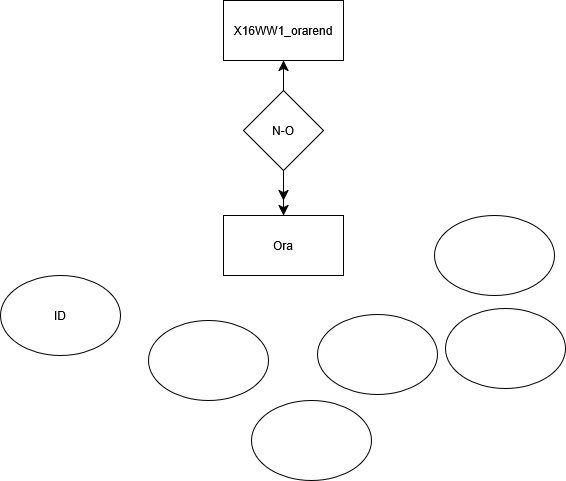
This is X16WW1_05_03/X16WW1_AR.png from TakacsAdamUNITHE/X16WW1WebXML, a draw.io export, as it was before one commit. Source tidied: cells renumbered, new cells last; positions are measured from the earlier drawing's top-left corner, leaving out a move shared by most shapes. The source it was exported from:
```xml
<mxGraphModel>
  <root>
    <mxCell id="0" />
    <mxCell id="1" parent="0" />
    <mxCell id="2" value="X16WW1_orarend" style="rounded=0;whiteSpace=wrap;html=1;" parent="1" vertex="1">
      <mxGeometry x="223" width="120" height="60" as="geometry" />
    </mxCell>
    <mxCell id="3" value="&lt;div&gt;Ora&lt;/div&gt;" style="rounded=0;whiteSpace=wrap;html=1;" parent="1" vertex="1">
      <mxGeometry x="223" y="215" width="120" height="60" as="geometry" />
    </mxCell>
    <mxCell id="4" value="N-O" style="rhombus;whiteSpace=wrap;html=1;" parent="1" vertex="1">
      <mxGeometry x="243" y="90" width="80" height="80" as="geometry" />
    </mxCell>
    <mxCell id="5" style="edgeStyle=none;curved=1;rounded=0;orthogonalLoop=1;jettySize=auto;html=1;exitX=0.5;exitY=1;exitDx=0;exitDy=0;fontSize=12;startSize=8;endSize=8;" parent="1" edge="1" source="2" target="2">
      <mxGeometry relative="1" as="geometry" />
    </mxCell>
    <mxCell id="6" style="endArrow=classic;html=1;rounded=0;fontSize=12;startSize=8;endSize=8;curved=1;exitX=0.5;exitY=0;exitDx=0;exitDy=0;entryX=0.5;entryY=1;entryDx=0;entryDy=0;" parent="1" edge="1" source="4" target="2">
      <mxGeometry relative="1" as="geometry" />
    </mxCell>
    <mxCell id="7" style="endArrow=classic;html=1;rounded=0;fontSize=12;startSize=8;endSize=8;curved=1;exitX=0.5;exitY=1;exitDx=0;exitDy=0;entryX=0.5;entryY=0;entryDx=0;entryDy=0;" parent="1" edge="1" source="4" target="3">
      <mxGeometry relative="1" as="geometry" />
    </mxCell>
    <mxCell id="8" style="endArrow=classic;html=1;rounded=0;fontSize=12;startSize=8;endSize=8;curved=1;exitX=0.5;exitY=1;exitDx=0;exitDy=0;" parent="1" edge="1" source="4">
      <mxGeometry relative="1" as="geometry">
        <mxPoint x="283" y="200" as="targetPoint" />
      </mxGeometry>
    </mxCell>
    <mxCell id="9" value="ID" style="ellipse;whiteSpace=wrap;html=1;" parent="1" vertex="1">
      <mxGeometry y="275" width="120" height="80" as="geometry" />
    </mxCell>
    <mxCell id="10" style="ellipse;whiteSpace=wrap;html=1;" parent="1" vertex="1">
      <mxGeometry x="148" y="320" width="120" height="80" as="geometry" />
    </mxCell>
    <mxCell id="11" style="edgeStyle=none;curved=1;rounded=0;orthogonalLoop=1;jettySize=auto;html=1;exitX=0.75;exitY=0;exitDx=0;exitDy=0;fontSize=12;startSize=8;endSize=8;" parent="1" edge="1">
      <mxGeometry relative="1" as="geometry">
        <mxPoint x="498" y="329" as="sourcePoint" />
        <mxPoint x="498" y="329" as="targetPoint" />
      </mxGeometry>
    </mxCell>
    <mxCell id="12" style="ellipse;whiteSpace=wrap;html=1;" parent="1" vertex="1">
      <mxGeometry x="251" y="400" width="120" height="80" as="geometry" />
    </mxCell>
    <mxCell id="13" style="ellipse;whiteSpace=wrap;html=1;" parent="1" vertex="1">
      <mxGeometry x="434" y="215" width="120" height="80" as="geometry" />
    </mxCell>
    <mxCell id="14" style="ellipse;whiteSpace=wrap;html=1;" parent="1" vertex="1">
      <mxGeometry x="445" y="308" width="120" height="80" as="geometry" />
    </mxCell>
    <mxCell id="15" style="ellipse;whiteSpace=wrap;html=1;" parent="1" vertex="1">
      <mxGeometry x="317" y="314" width="120" height="80" as="geometry" />
    </mxCell>
  </root>
</mxGraphModel>
```
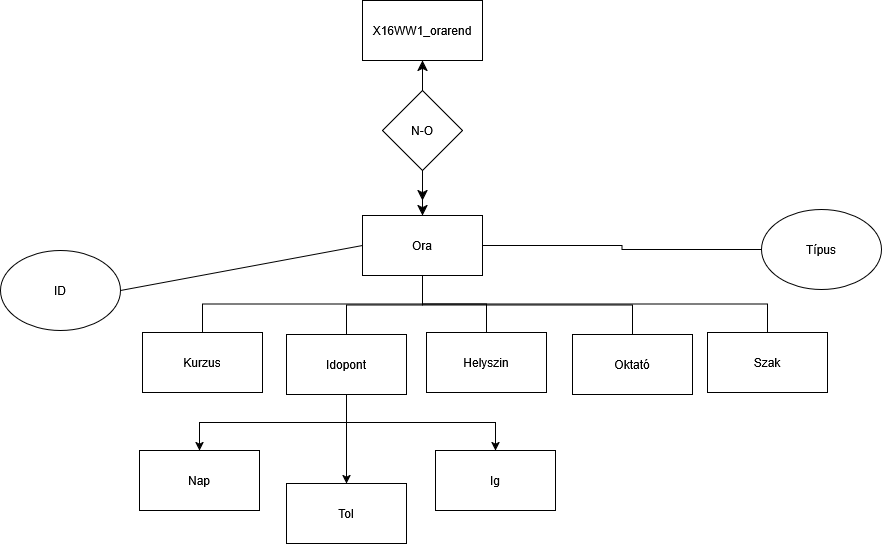
The same diagram one commit later.

Commit message:
órai munka folytatása

Change to the diagram source:
```diff
@@ -5,6 +5,18 @@
     <mxCell id="2" value="X16WW1_orarend" style="rounded=0;whiteSpace=wrap;html=1;" parent="1" vertex="1">
       <mxGeometry x="223" width="120" height="60" as="geometry" />
     </mxCell>
+    <mxCell id="16" style="edgeStyle=orthogonalEdgeStyle;rounded=0;jettySize=auto;html=1;exitX=0.5;exitY=1;exitDx=0;exitDy=0;endArrow=none;endFill=0;startFill=0;" parent="1" edge="1" source="3" target="23">
+      <mxGeometry relative="1" as="geometry" />
+    </mxCell>
+    <mxCell id="17" style="edgeStyle=orthogonalEdgeStyle;rounded=0;jettySize=auto;html=1;exitX=0.5;exitY=1;exitDx=0;exitDy=0;entryX=0.5;entryY=0;entryDx=0;entryDy=0;endArrow=none;endFill=0;startFill=0;" parent="1" edge="1" source="3" target="26">
+      <mxGeometry relative="1" as="geometry" />
+    </mxCell>
+    <mxCell id="18" style="edgeStyle=orthogonalEdgeStyle;rounded=0;jettySize=auto;html=1;exitX=0.5;exitY=1;exitDx=0;exitDy=0;endArrow=none;endFill=0;startFill=0;" parent="1" edge="1" source="3" target="27">
+      <mxGeometry relative="1" as="geometry" />
+    </mxCell>
+    <mxCell id="19" style="edgeStyle=orthogonalEdgeStyle;rounded=0;jettySize=auto;html=1;exitX=1;exitY=0.5;exitDx=0;exitDy=0;entryX=0;entryY=0.5;entryDx=0;entryDy=0;endArrow=none;startFill=0;" parent="1" edge="1" source="3" target="12">
+      <mxGeometry relative="1" as="geometry" />
+    </mxCell>
     <mxCell id="3" value="&lt;div&gt;Ora&lt;/div&gt;" style="rounded=0;whiteSpace=wrap;html=1;" parent="1" vertex="1">
       <mxGeometry x="223" y="215" width="120" height="60" as="geometry" />
     </mxCell>
@@ -26,28 +38,58 @@
       </mxGeometry>
     </mxCell>
     <mxCell id="9" value="ID" style="ellipse;whiteSpace=wrap;html=1;" parent="1" vertex="1">
-      <mxGeometry y="275" width="120" height="80" as="geometry" />
+      <mxGeometry x="-139" y="250" width="120" height="80" as="geometry" />
     </mxCell>
-    <mxCell id="10" style="ellipse;whiteSpace=wrap;html=1;" parent="1" vertex="1">
-      <mxGeometry x="148" y="320" width="120" height="80" as="geometry" />
-    </mxCell>
     <mxCell id="11" style="edgeStyle=none;curved=1;rounded=0;orthogonalLoop=1;jettySize=auto;html=1;exitX=0.75;exitY=0;exitDx=0;exitDy=0;fontSize=12;startSize=8;endSize=8;" parent="1" edge="1">
       <mxGeometry relative="1" as="geometry">
         <mxPoint x="498" y="329" as="sourcePoint" />
         <mxPoint x="498" y="329" as="targetPoint" />
       </mxGeometry>
     </mxCell>
-    <mxCell id="12" style="ellipse;whiteSpace=wrap;html=1;" parent="1" vertex="1">
-      <mxGeometry x="251" y="400" width="120" height="80" as="geometry" />
+    <mxCell id="12" value="&lt;div&gt;Típus&lt;/div&gt;" style="ellipse;whiteSpace=wrap;html=1;" parent="1" vertex="1">
+      <mxGeometry x="622" y="209" width="120" height="80" as="geometry" />
     </mxCell>
-    <mxCell id="13" style="ellipse;whiteSpace=wrap;html=1;" parent="1" vertex="1">
-      <mxGeometry x="434" y="215" width="120" height="80" as="geometry" />
-    </mxCell>
-    <mxCell id="14" style="ellipse;whiteSpace=wrap;html=1;" parent="1" vertex="1">
-      <mxGeometry x="445" y="308" width="120" height="80" as="geometry" />
-    </mxCell>
-    <mxCell id="15" style="ellipse;whiteSpace=wrap;html=1;" parent="1" vertex="1">
-      <mxGeometry x="317" y="314" width="120" height="80" as="geometry" />
-    </mxCell>
+    <mxCell id="20" style="edgeStyle=orthogonalEdgeStyle;rounded=0;jettySize=auto;html=1;exitX=0.5;exitY=1;exitDx=0;exitDy=0;entryX=0.5;entryY=0;entryDx=0;entryDy=0;" parent="1" edge="1" source="23" target="33">
+      <mxGeometry relative="1" as="geometry" />
+    </mxCell>
+    <mxCell id="21" style="edgeStyle=orthogonalEdgeStyle;rounded=0;jettySize=auto;html=1;exitX=0.5;exitY=1;exitDx=0;exitDy=0;entryX=0.5;entryY=0;entryDx=0;entryDy=0;" parent="1" edge="1" source="23" target="32">
+      <mxGeometry relative="1" as="geometry" />
+    </mxCell>
+    <mxCell id="22" style="edgeStyle=orthogonalEdgeStyle;rounded=0;jettySize=auto;html=1;exitX=0.5;exitY=1;exitDx=0;exitDy=0;entryX=0.5;entryY=0;entryDx=0;entryDy=0;" parent="1" edge="1" source="23" target="31">
+      <mxGeometry relative="1" as="geometry" />
+    </mxCell>
+    <mxCell id="23" value="Idopont" style="rounded=0;whiteSpace=wrap;html=1;" parent="1" vertex="1">
+      <mxGeometry x="147" y="334" width="120" height="60" as="geometry" />
+    </mxCell>
+    <mxCell id="24" style="edgeStyle=orthogonalEdgeStyle;rounded=0;jettySize=auto;html=1;exitX=0.5;exitY=0;exitDx=0;exitDy=0;entryX=0.5;entryY=1;entryDx=0;entryDy=0;strokeColor=default;endArrow=none;startFill=0;" parent="1" edge="1" source="25" target="3">
+      <mxGeometry relative="1" as="geometry" />
+    </mxCell>
+    <mxCell id="25" value="&lt;div&gt;Kurzus&lt;/div&gt;" style="rounded=0;whiteSpace=wrap;html=1;" parent="1" vertex="1">
+      <mxGeometry x="3" y="332" width="120" height="60" as="geometry" />
+    </mxCell>
+    <mxCell id="26" value="Helyszin" style="rounded=0;whiteSpace=wrap;html=1;" parent="1" vertex="1">
+      <mxGeometry x="287" y="332" width="120" height="60" as="geometry" />
+    </mxCell>
+    <mxCell id="27" value="Oktató" style="rounded=0;whiteSpace=wrap;html=1;" parent="1" vertex="1">
+      <mxGeometry x="433" y="334" width="120" height="60" as="geometry" />
+    </mxCell>
+    <mxCell id="28" style="endArrow=none;html=1;rounded=0;exitX=1;exitY=0.5;exitDx=0;exitDy=0;entryX=0;entryY=0.5;entryDx=0;entryDy=0;" parent="1" edge="1" source="9" target="3">
+      <mxGeometry relative="1" as="geometry" />
+    </mxCell>
+    <mxCell id="29" style="edgeStyle=orthogonalEdgeStyle;rounded=0;jettySize=auto;html=1;exitX=0.5;exitY=1;exitDx=0;exitDy=0;endArrow=none;endFill=0;startFill=0;" parent="1" edge="1" source="3" target="30">
+      <mxGeometry relative="1" as="geometry" />
+    </mxCell>
+    <mxCell id="30" value="&lt;div&gt;Szak&lt;/div&gt;" style="rounded=0;whiteSpace=wrap;html=1;" parent="1" vertex="1">
+      <mxGeometry x="568" y="332" width="120" height="60" as="geometry" />
+    </mxCell>
+    <mxCell id="31" value="Ig" style="rounded=0;whiteSpace=wrap;html=1;" parent="1" vertex="1">
+      <mxGeometry x="296" y="450" width="120" height="60" as="geometry" />
+    </mxCell>
+    <mxCell id="32" value="Tol" style="rounded=0;whiteSpace=wrap;html=1;" parent="1" vertex="1">
+      <mxGeometry x="147" y="483" width="120" height="60" as="geometry" />
+    </mxCell>
+    <mxCell id="33" value="Nap" style="rounded=0;whiteSpace=wrap;html=1;" parent="1" vertex="1">
+      <mxGeometry y="450" width="120" height="60" as="geometry" />
+    </mxCell>
   </root>
 </mxGraphModel>
```
